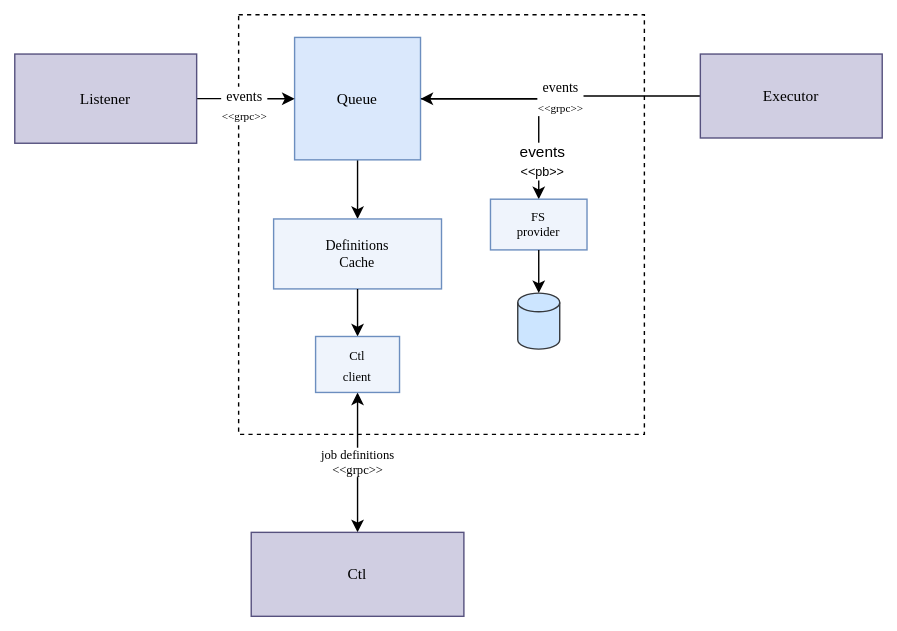
Earlier version of the draw.io export docs/img/queue.svg (andrescosta/jobico-fn). Source tidied: cells renumbered, new cells last; positions are measured from the earlier drawing's top-left corner, leaving out a move shared by most shapes.
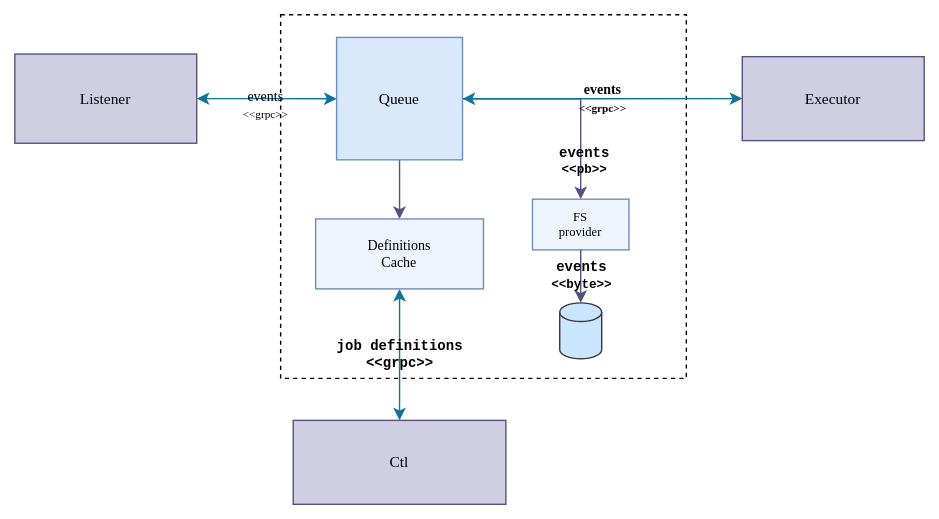
After the commit.

Diff of the diagram source:
```diff
@@ -3,59 +3,53 @@
     <mxCell id="0" />
     <mxCell id="1" parent="0" />
     <mxCell id="2" style="rounded=0;whiteSpace=wrap;html=1;dashed=1;" parent="1" vertex="1">
-      <mxGeometry x="160" width="290" height="300" as="geometry" />
+      <mxGeometry x="160" width="290" height="260" as="geometry" />
     </mxCell>
-    <mxCell id="3" style="edgeStyle=orthogonalEdgeStyle;jettySize=auto;html=1;" parent="1" edge="1" source="6" target="9">
+    <mxCell id="3" style="edgeStyle=orthogonalEdgeStyle;jettySize=auto;html=1;rounded=0;strokeColor=#56517e;align=center;verticalAlign=middle;fontFamily=Courier New;fontSize=10;fontColor=default;fontStyle=1;labelBackgroundColor=none;endArrow=classic;fillColor=#d0cee2;" parent="1" edge="1" source="6" target="9">
       <mxGeometry relative="1" as="geometry" />
     </mxCell>
-    <mxCell id="4" style="edgeStyle=orthogonalEdgeStyle;jettySize=auto;html=1;rounded=0;curved=0;" parent="1" edge="1" source="6" target="17">
+    <mxCell id="4" style="edgeStyle=orthogonalEdgeStyle;jettySize=auto;html=1;rounded=0;curved=0;strokeColor=#56517e;align=center;verticalAlign=middle;fontFamily=Courier New;fontSize=10;fontColor=default;fontStyle=1;labelBackgroundColor=none;endArrow=classic;fillColor=#d0cee2;" parent="1" edge="1" source="6" target="17">
       <mxGeometry relative="1" as="geometry" />
     </mxCell>
-    <mxCell id="5" value="events&lt;br&gt;&lt;font style=&quot;font-size: 9px;&quot;&gt;&amp;lt;&amp;lt;pb&amp;gt;&amp;gt;&lt;/font&gt;" style="edgeLabel;html=1;align=center;verticalAlign=middle;" parent="4" vertex="1">
+    <mxCell id="5" value="events&lt;br&gt;&lt;font style=&quot;font-size: 9px;&quot;&gt;&amp;lt;&amp;lt;pb&amp;gt;&amp;gt;&lt;/font&gt;" style="edgeLabel;html=1;align=center;verticalAlign=middle;fontStyle=1;rounded=0;strokeColor=#56517e;fontFamily=Courier New;fontSize=10;fontColor=default;labelBackgroundColor=none;fillColor=#d0cee2;" parent="4" vertex="1">
       <mxGeometry x="0.66" y="2" relative="1" as="geometry" />
     </mxCell>
     <mxCell id="6" value="Queue" style="rounded=0;whiteSpace=wrap;html=1;labelBackgroundColor=none;fillColor=#dae8fc;strokeColor=#6c8ebf;fontFamily=Lucida Console;fontSize=11;" parent="1" vertex="1">
       <mxGeometry x="200" y="16.2" width="90" height="87.5" as="geometry" />
     </mxCell>
-    <mxCell id="7" value="&lt;font style=&quot;&quot; face=&quot;Lucida Console&quot;&gt;&lt;font size=&quot;1&quot; style=&quot;&quot;&gt;events&lt;br&gt;&lt;/font&gt;&lt;font style=&quot;font-size: 8px;&quot;&gt;&amp;lt;&amp;lt;grpc&amp;gt;&amp;gt;&lt;/font&gt;&lt;/font&gt;" style="edgeStyle=orthogonalEdgeStyle;jettySize=auto;html=1;rounded=0;curved=0;endArrow=none;endFill=0;startArrow=classic;startFill=1;" parent="1" edge="1" source="6" target="14">
+    <mxCell id="7" value="&lt;font face=&quot;Lucida Console&quot; style=&quot;&quot;&gt;&lt;font style=&quot;&quot; size=&quot;1&quot;&gt;events&lt;br&gt;&lt;/font&gt;&lt;font style=&quot;font-size: 8px;&quot;&gt;&amp;lt;&amp;lt;grpc&amp;gt;&amp;gt;&lt;/font&gt;&lt;/font&gt;" style="edgeStyle=orthogonalEdgeStyle;jettySize=auto;html=1;rounded=0;curved=0;endArrow=classic;endFill=1;startArrow=classic;startFill=1;strokeColor=#10739e;align=center;verticalAlign=middle;fontFamily=Courier New;fontSize=10;fontColor=default;fontStyle=1;labelBackgroundColor=none;fillColor=#b1ddf0;" parent="1" edge="1" source="6" target="14">
       <mxGeometry relative="1" as="geometry" />
     </mxCell>
-    <mxCell id="8" value="job definitions&lt;br style=&quot;font-size: 9px;&quot;&gt;&amp;lt;&amp;lt;grpc&amp;gt;&amp;gt;" style="edgeStyle=orthogonalEdgeStyle;jettySize=auto;html=1;startArrow=classic;startFill=1;fontFamily=Lucida Console;fontSize=9;" parent="1" edge="1" source="16" target="10">
+    <mxCell id="8" value="job definitions&lt;br style=&quot;font-size: 9px;&quot;&gt;&amp;lt;&amp;lt;grpc&amp;gt;&amp;gt;" style="edgeStyle=orthogonalEdgeStyle;jettySize=auto;html=1;startArrow=classic;startFill=1;fontFamily=Courier New;fontSize=10;rounded=0;strokeColor=#10739e;align=center;verticalAlign=middle;fontColor=default;fontStyle=1;labelBackgroundColor=none;endArrow=classic;endFill=1;fillColor=#b1ddf0;" parent="1" edge="1" source="9" target="10">
       <mxGeometry relative="1" as="geometry" />
     </mxCell>
     <mxCell id="9" value="Definitions &lt;br style=&quot;font-size: 10px;&quot;&gt;Cache" style="rounded=0;whiteSpace=wrap;html=1;fillColor=#EFF4FC;strokeColor=#6c8ebf;align=center;verticalAlign=middle;fontFamily=Lucida Console;fontSize=10;fontColor=default;labelBackgroundColor=none;" parent="1" vertex="1">
       <mxGeometry x="185" y="146" width="120" height="50" as="geometry" />
     </mxCell>
     <mxCell id="10" value="Ctl" style="rounded=0;whiteSpace=wrap;html=1;labelBackgroundColor=none;fillColor=#d0cee2;strokeColor=#56517e;fontFamily=Lucida Console;fontSize=11;" parent="1" vertex="1">
-      <mxGeometry x="169" y="370" width="152" height="60" as="geometry" />
+      <mxGeometry x="169" y="290" width="152" height="60" as="geometry" />
     </mxCell>
-    <mxCell id="11" style="edgeStyle=orthogonalEdgeStyle;jettySize=auto;html=1;" parent="1" edge="1" source="13" target="6">
+    <mxCell id="11" style="edgeStyle=orthogonalEdgeStyle;jettySize=auto;html=1;rounded=0;strokeColor=#10739e;align=center;verticalAlign=middle;fontFamily=Courier New;fontSize=10;fontColor=default;fontStyle=0;labelBackgroundColor=none;startArrow=classic;startFill=1;endArrow=classic;endFill=1;fillColor=#b1ddf0;" parent="1" edge="1" source="13" target="6">
       <mxGeometry relative="1" as="geometry" />
     </mxCell>
-    <mxCell id="12" value="&lt;font style=&quot;border-color: var(--border-color); font-family: &amp;quot;Lucida Console&amp;quot;;&quot; size=&quot;1&quot;&gt;events&lt;br style=&quot;border-color: var(--border-color);&quot;&gt;&lt;/font&gt;&lt;font style=&quot;border-color: var(--border-color); font-family: &amp;quot;Lucida Console&amp;quot;; font-size: 8px;&quot;&gt;&amp;lt;&amp;lt;grpc&amp;gt;&amp;gt;&lt;/font&gt;" style="edgeLabel;html=1;align=center;verticalAlign=middle;" parent="11" vertex="1">
+    <mxCell id="12" value="&lt;font style=&quot;border-color: var(--border-color); font-family: &amp;quot;Lucida Console&amp;quot;;&quot; size=&quot;1&quot;&gt;events&lt;br style=&quot;border-color: var(--border-color);&quot;&gt;&lt;/font&gt;&lt;font style=&quot;border-color: var(--border-color); font-family: &amp;quot;Lucida Console&amp;quot;; font-size: 8px;&quot;&gt;&amp;lt;&amp;lt;grpc&amp;gt;&amp;gt;&lt;/font&gt;" style="edgeLabel;html=1;align=center;verticalAlign=middle;rounded=0;strokeColor=#10739e;fontFamily=Courier New;fontSize=10;fontColor=default;fontStyle=0;labelBackgroundColor=none;fillColor=#b1ddf0;" parent="11" vertex="1">
       <mxGeometry y="-4" relative="1" as="geometry">
         <mxPoint x="-1" as="offset" />
       </mxGeometry>
     </mxCell>
     <mxCell id="13" value="Listener" style="rounded=0;whiteSpace=wrap;html=1;labelBackgroundColor=none;fillColor=#d0cee2;strokeColor=#56517e;fontFamily=Lucida Console;fontSize=11;" parent="1" vertex="1">
-      <mxGeometry y="28.1" width="130" height="63.8" as="geometry" />
+      <mxGeometry x="-30" y="28.1" width="130" height="63.8" as="geometry" />
     </mxCell>
     <mxCell id="14" value="Executor" style="rounded=0;whiteSpace=wrap;html=1;labelBackgroundColor=none;fillColor=#d0cee2;strokeColor=#56517e;fontFamily=Lucida Console;fontSize=11;" parent="1" vertex="1">
-      <mxGeometry x="490" y="28.1" width="130" height="60" as="geometry" />
+      <mxGeometry x="490" y="30" width="130" height="60" as="geometry" />
     </mxCell>
-    <mxCell id="15" style="edgeStyle=orthogonalEdgeStyle;jettySize=auto;html=1;startArrow=none;startFill=0;fontFamily=Lucida Console;fontSize=9;" parent="1" edge="1" source="9" target="16">
-      <mxGeometry relative="1" as="geometry" />
-    </mxCell>
-    <mxCell id="16" value="&lt;font style=&quot;font-size: 9px;&quot; face=&quot;Lucida Console&quot;&gt;Ctl&lt;br&gt;client&lt;/font&gt;" style="rounded=0;whiteSpace=wrap;html=1;fillColor=#EFF4FC;strokeColor=#6c8ebf;align=center;verticalAlign=middle;fontFamily=Helvetica;fontSize=12;fontColor=default;labelBackgroundColor=none;" parent="1" vertex="1">
-      <mxGeometry x="215" y="230" width="60" height="40" as="geometry" />
-    </mxCell>
     <mxCell id="17" value="FS &lt;br style=&quot;font-size: 9px;&quot;&gt;provider" style="rounded=0;whiteSpace=wrap;html=1;fontFamily=Lucida Console;fontSize=9;strokeColor=#6c8ebf;align=center;verticalAlign=middle;fontColor=default;labelBackgroundColor=none;fillColor=#EFF4FC;" parent="1" vertex="1">
       <mxGeometry x="340" y="131.9" width="69" height="36.2" as="geometry" />
     </mxCell>
     <mxCell id="18" style="strokeWidth=1;html=1;shape=mxgraph.flowchart.database;whiteSpace=wrap;fillColor=#cce5ff;strokeColor=#36393d;" parent="1" vertex="1">
-      <mxGeometry x="359.5" y="199" width="30" height="40" as="geometry" />
+      <mxGeometry x="359.5" y="206" width="30" height="40" as="geometry" />
     </mxCell>
-    <mxCell id="19" style="edgeStyle=orthogonalEdgeStyle;jettySize=auto;html=1;entryX=0.5;entryY=0;entryDx=0;entryDy=0;entryPerimeter=0;rounded=0;curved=0;" parent="1" edge="1" source="17" target="18">
+    <mxCell id="19" value="events&lt;br style=&quot;border-color: var(--border-color);&quot;&gt;&lt;font style=&quot;border-color: var(--border-color); font-size: 9px;&quot;&gt;&amp;lt;&amp;lt;byte&amp;gt;&amp;gt;&lt;/font&gt;" style="edgeStyle=orthogonalEdgeStyle;jettySize=auto;html=1;entryX=0.5;entryY=0;entryDx=0;entryDy=0;entryPerimeter=0;rounded=0;curved=0;strokeColor=#56517e;align=center;verticalAlign=middle;fontFamily=Courier New;fontSize=10;fontColor=default;fontStyle=1;labelBackgroundColor=none;endArrow=classic;fillColor=#d0cee2;" parent="1" edge="1" source="17" target="18">
       <mxGeometry relative="1" as="geometry" />
     </mxCell>
   </root>
```
